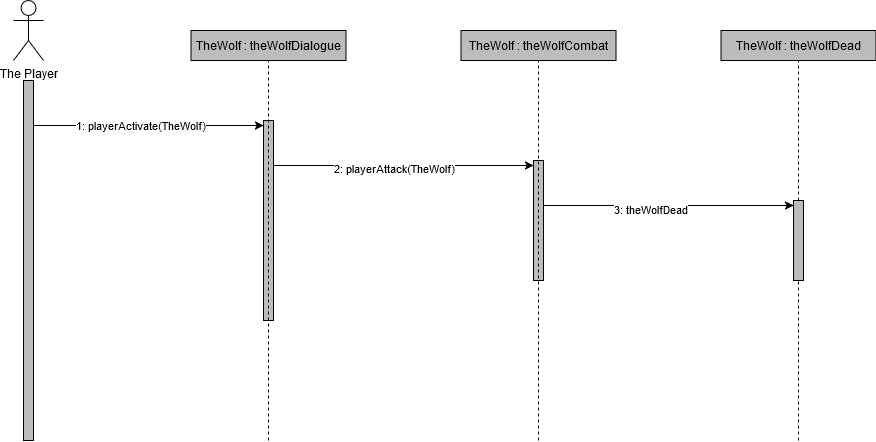
GreenSkyGames/Breaking-Red keeps this draw.io diagram as Docs/tl2/Todd Carter Works/Todd_Carter_Sequence_Diagram.png. Above is the earlier version. Source tidied: cells renumbered, new cells last; positions are measured from the earlier drawing's top-left corner, leaving out a move shared by most shapes. The source it was exported from:
```xml
<mxGraphModel background="#ffffff">
  <root>
    <mxCell id="0" />
    <mxCell id="1" parent="0" />
    <mxCell id="2" style="html=1;points=[[0,0,0,0,5],[0,1,0,0,-5],[1,0,0,0,5],[1,1,0,0,-5]];perimeter=orthogonalPerimeter;outlineConnect=0;targetShapes=umlLifeline;portConstraint=eastwest;newEdgeStyle={&quot;curved&quot;:0,&quot;rounded&quot;:0};fillColor=#BCBCBC;" parent="1" vertex="1">
      <mxGeometry x="10" y="80" width="10" height="360" as="geometry" />
    </mxCell>
    <mxCell id="3" style="html=1;points=[[0,0,0,0,5],[0,1,0,0,-5],[1,0,0,0,5],[1,1,0,0,-5]];perimeter=orthogonalPerimeter;outlineConnect=0;targetShapes=umlLifeline;portConstraint=eastwest;newEdgeStyle={&quot;curved&quot;:0,&quot;rounded&quot;:0};fillColor=#BCBCBC;" parent="1" vertex="1">
      <mxGeometry x="250" y="120" width="10" height="200" as="geometry" />
    </mxCell>
    <mxCell id="4" value="TheWolf : theWolfDialogue" style="text;html=1;align=center;verticalAlign=middle;whiteSpace=wrap;rounded=0;strokeColor=default;fillColor=#BCBCBC;" parent="1" vertex="1">
      <mxGeometry x="177.5" y="30" width="155" height="30" as="geometry" />
    </mxCell>
    <mxCell id="5" style="html=1;points=[[0,0,0,0,5],[0,1,0,0,-5],[1,0,0,0,5],[1,1,0,0,-5]];perimeter=orthogonalPerimeter;outlineConnect=0;targetShapes=umlLifeline;portConstraint=eastwest;newEdgeStyle={&quot;curved&quot;:0,&quot;rounded&quot;:0};fillColor=#BCBCBC;" parent="1" vertex="1">
      <mxGeometry x="520" y="160" width="10" height="120" as="geometry" />
    </mxCell>
    <mxCell id="6" value="TheWolf : theWolfDead" style="text;html=1;align=center;verticalAlign=middle;whiteSpace=wrap;rounded=0;strokeColor=default;fillColor=#BCBCBC;" parent="1" vertex="1">
      <mxGeometry x="707.5" y="30" width="155" height="30" as="geometry" />
    </mxCell>
    <mxCell id="7" value="TheWolf : theWolfCombat" style="text;html=1;align=center;verticalAlign=middle;whiteSpace=wrap;rounded=0;strokeColor=default;fillColor=#BCBCBC;" parent="1" vertex="1">
      <mxGeometry x="447.5" y="30" width="155" height="30" as="geometry" />
    </mxCell>
    <mxCell id="8" style="endArrow=none;dashed=1;html=1;rounded=0;entryX=0.5;entryY=1;entryDx=0;entryDy=0;" parent="1" edge="1" target="6">
      <mxGeometry relative="1" as="geometry">
        <mxPoint x="785" y="440" as="sourcePoint" />
      </mxGeometry>
    </mxCell>
    <mxCell id="9" style="endArrow=none;dashed=1;html=1;rounded=0;entryX=0.5;entryY=1;entryDx=0;entryDy=0;" parent="1" edge="1" target="7">
      <mxGeometry relative="1" as="geometry">
        <mxPoint x="525" y="440" as="sourcePoint" />
      </mxGeometry>
    </mxCell>
    <mxCell id="10" style="endArrow=none;dashed=1;html=1;rounded=0;entryX=0.5;entryY=1;entryDx=0;entryDy=0;" parent="1" edge="1" target="4">
      <mxGeometry relative="1" as="geometry">
        <mxPoint x="255" y="440" as="sourcePoint" />
      </mxGeometry>
    </mxCell>
    <mxCell id="11" value="The Player" style="shape=umlActor;verticalLabelPosition=bottom;verticalAlign=top;html=1;" parent="1" vertex="1">
      <mxGeometry width="30" height="60" as="geometry" />
    </mxCell>
    <mxCell id="12" style="endArrow=classic;html=1;rounded=0;entryX=0;entryY=0;entryDx=0;entryDy=5;entryPerimeter=0;" parent="1" edge="1" source="2" target="3">
      <mxGeometry relative="1" as="geometry" />
    </mxCell>
    <mxCell id="13" value="1: playerActivate(TheWolf)" style="edgeLabel;html=1;align=center;verticalAlign=middle;" parent="12" vertex="1">
      <mxGeometry x="-0.08" y="1" relative="1" as="geometry" />
    </mxCell>
    <mxCell id="14" style="endArrow=classic;html=1;rounded=0;entryX=0;entryY=0;entryDx=0;entryDy=5;entryPerimeter=0;" parent="1" edge="1" source="3" target="5">
      <mxGeometry relative="1" as="geometry" />
    </mxCell>
    <mxCell id="15" value="2: playerAttack(TheWolf)" style="edgeLabel;html=1;align=center;verticalAlign=middle;" parent="14" vertex="1">
      <mxGeometry x="-0.08" y="-2" relative="1" as="geometry" />
    </mxCell>
    <mxCell id="16" style="html=1;points=[[0,0,0,0,5],[0,1,0,0,-5],[1,0,0,0,5],[1,1,0,0,-5]];perimeter=orthogonalPerimeter;outlineConnect=0;targetShapes=umlLifeline;portConstraint=eastwest;newEdgeStyle={&quot;curved&quot;:0,&quot;rounded&quot;:0};fillColor=#BCBCBC;" parent="1" vertex="1">
      <mxGeometry x="780" y="200" width="10" height="80" as="geometry" />
    </mxCell>
    <mxCell id="17" style="endArrow=classic;html=1;rounded=0;entryX=0;entryY=0;entryDx=0;entryDy=5;entryPerimeter=0;" parent="1" edge="1" source="5" target="16">
      <mxGeometry relative="1" as="geometry" />
    </mxCell>
    <mxCell id="18" value="3: theWolfDead" style="edgeLabel;html=1;align=center;verticalAlign=middle;" parent="17" vertex="1">
      <mxGeometry x="-0.15" y="-3" relative="1" as="geometry" />
    </mxCell>
  </root>
</mxGraphModel>
```
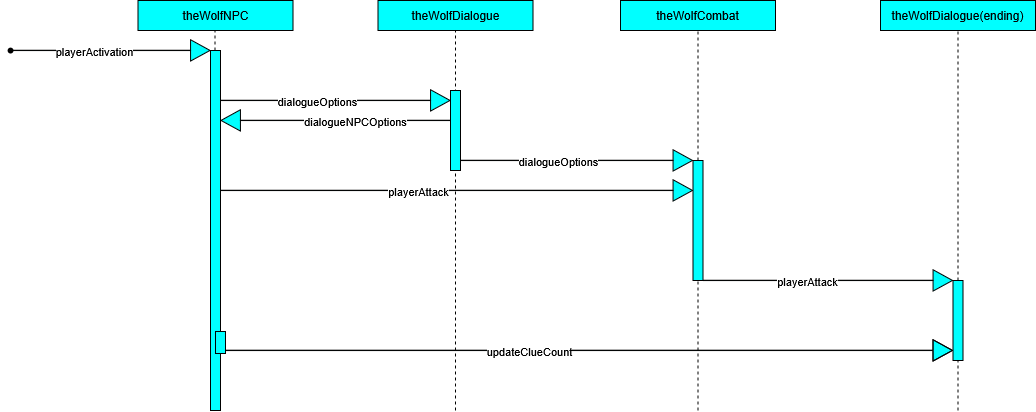
After the commit.

Diff of the diagram source:
```diff
@@ -2,62 +2,123 @@
   <root>
     <mxCell id="0" />
     <mxCell id="1" parent="0" />
+    <mxCell id="19" style="endArrow=none;dashed=1;html=1;rounded=0;entryX=0.5;entryY=1;entryDx=0;entryDy=0;" parent="1" edge="1">
+      <mxGeometry relative="1" as="geometry">
+        <mxPoint x="14.5" y="440" as="sourcePoint" />
+        <mxPoint x="14.5" y="60" as="targetPoint" />
+      </mxGeometry>
+    </mxCell>
+    <mxCell id="9" style="endArrow=none;dashed=1;html=1;rounded=0;entryX=0.5;entryY=1;entryDx=0;entryDy=0;" parent="1" edge="1" source="5" target="7">
+      <mxGeometry relative="1" as="geometry" />
+    </mxCell>
+    <mxCell id="10" style="endArrow=none;dashed=1;html=1;rounded=0;entryX=0.5;entryY=1;entryDx=0;entryDy=0;" parent="1" edge="1" target="4">
+      <mxGeometry relative="1" as="geometry">
+        <mxPoint x="255" y="440" as="sourcePoint" />
+      </mxGeometry>
+    </mxCell>
-    <mxCell id="2" style="html=1;points=[[0,0,0,0,5],[0,1,0,0,-5],[1,0,0,0,5],[1,1,0,0,-5]];perimeter=orthogonalPerimeter;outlineConnect=0;targetShapes=umlLifeline;portConstraint=eastwest;newEdgeStyle={&quot;curved&quot;:0,&quot;rounded&quot;:0};fillColor=#BCBCBC;" parent="1" vertex="1">
+    <mxCell id="2" style="html=1;points=[[0,0,0,0,5],[0,1,0,0,-5],[1,0,0,0,5],[1,1,0,0,-5]];perimeter=orthogonalPerimeter;outlineConnect=0;targetShapes=umlLifeline;portConstraint=eastwest;newEdgeStyle={&quot;curved&quot;:0,&quot;rounded&quot;:0};fillColor=#00FFFF;strokeColor=default;strokeWidth=1;" parent="1" vertex="1">
       <mxGeometry x="10" y="80" width="10" height="360" as="geometry" />
     </mxCell>
-    <mxCell id="3" style="html=1;points=[[0,0,0,0,5],[0,1,0,0,-5],[1,0,0,0,5],[1,1,0,0,-5]];perimeter=orthogonalPerimeter;outlineConnect=0;targetShapes=umlLifeline;portConstraint=eastwest;newEdgeStyle={&quot;curved&quot;:0,&quot;rounded&quot;:0};fillColor=#BCBCBC;" parent="1" vertex="1">
-      <mxGeometry x="250" y="120" width="10" height="200" as="geometry" />
+    <mxCell id="3" style="html=1;points=[[0,0,0,0,5],[0,1,0,0,-5],[1,0,0,0,5],[1,1,0,0,-5]];perimeter=orthogonalPerimeter;outlineConnect=0;targetShapes=umlLifeline;portConstraint=eastwest;newEdgeStyle={&quot;curved&quot;:0,&quot;rounded&quot;:0};fillColor=#00FFFF;" parent="1" vertex="1">
+      <mxGeometry x="250" y="120" width="10" height="80" as="geometry" />
     </mxCell>
-    <mxCell id="4" value="TheWolf : theWolfDialogue" style="text;html=1;align=center;verticalAlign=middle;whiteSpace=wrap;rounded=0;strokeColor=default;fillColor=#BCBCBC;" parent="1" vertex="1">
+    <mxCell id="4" value="theWolfDialogue" style="text;html=1;align=center;verticalAlign=middle;whiteSpace=wrap;rounded=0;strokeColor=default;fillColor=#00FFFF;" parent="1" vertex="1">
       <mxGeometry x="177.5" y="30" width="155" height="30" as="geometry" />
     </mxCell>
-    <mxCell id="5" style="html=1;points=[[0,0,0,0,5],[0,1,0,0,-5],[1,0,0,0,5],[1,1,0,0,-5]];perimeter=orthogonalPerimeter;outlineConnect=0;targetShapes=umlLifeline;portConstraint=eastwest;newEdgeStyle={&quot;curved&quot;:0,&quot;rounded&quot;:0};fillColor=#BCBCBC;" parent="1" vertex="1">
-      <mxGeometry x="520" y="160" width="10" height="120" as="geometry" />
-    </mxCell>
-    <mxCell id="6" value="TheWolf : theWolfDead" style="text;html=1;align=center;verticalAlign=middle;whiteSpace=wrap;rounded=0;strokeColor=default;fillColor=#BCBCBC;" parent="1" vertex="1">
-      <mxGeometry x="707.5" y="30" width="155" height="30" as="geometry" />
+    <mxCell id="6" value="theWolfDialogue(ending)" style="text;html=1;align=center;verticalAlign=middle;whiteSpace=wrap;rounded=0;strokeColor=default;fillColor=#00FFFF;" parent="1" vertex="1">
+      <mxGeometry x="680" y="30" width="155" height="30" as="geometry" />
     </mxCell>
-    <mxCell id="7" value="TheWolf : theWolfCombat" style="text;html=1;align=center;verticalAlign=middle;whiteSpace=wrap;rounded=0;strokeColor=default;fillColor=#BCBCBC;" parent="1" vertex="1">
-      <mxGeometry x="447.5" y="30" width="155" height="30" as="geometry" />
+    <mxCell id="7" value="theWolfCombat" style="text;html=1;align=center;verticalAlign=middle;whiteSpace=wrap;rounded=0;strokeColor=default;fillColor=#00FFFF;" parent="1" vertex="1">
+      <mxGeometry x="420" y="30" width="155" height="30" as="geometry" />
     </mxCell>
-    <mxCell id="8" style="endArrow=none;dashed=1;html=1;rounded=0;entryX=0.5;entryY=1;entryDx=0;entryDy=0;" parent="1" edge="1" target="6">
-      <mxGeometry relative="1" as="geometry">
-        <mxPoint x="785" y="440" as="sourcePoint" />
-      </mxGeometry>
+    <mxCell id="8" style="endArrow=none;dashed=1;html=1;rounded=0;entryX=0.5;entryY=1;entryDx=0;entryDy=0;" parent="1" edge="1" source="16" target="6">
+      <mxGeometry relative="1" as="geometry" />
     </mxCell>
-    <mxCell id="9" style="endArrow=none;dashed=1;html=1;rounded=0;entryX=0.5;entryY=1;entryDx=0;entryDy=0;" parent="1" edge="1" target="7">
-      <mxGeometry relative="1" as="geometry">
-        <mxPoint x="525" y="440" as="sourcePoint" />
-      </mxGeometry>
-    </mxCell>
-    <mxCell id="10" style="endArrow=none;dashed=1;html=1;rounded=0;entryX=0.5;entryY=1;entryDx=0;entryDy=0;" parent="1" edge="1" target="4">
-      <mxGeometry relative="1" as="geometry">
-        <mxPoint x="255" y="440" as="sourcePoint" />
-      </mxGeometry>
-    </mxCell>
-    <mxCell id="11" value="The Player" style="shape=umlActor;verticalLabelPosition=bottom;verticalAlign=top;html=1;" parent="1" vertex="1">
-      <mxGeometry width="30" height="60" as="geometry" />
-    </mxCell>
-    <mxCell id="12" style="endArrow=classic;html=1;rounded=0;entryX=0;entryY=0;entryDx=0;entryDy=5;entryPerimeter=0;" parent="1" edge="1" source="2" target="3">
-      <mxGeometry relative="1" as="geometry" />
-    </mxCell>
-    <mxCell id="13" value="1: playerActivate(TheWolf)" style="edgeLabel;html=1;align=center;verticalAlign=middle;" parent="12" vertex="1">
-      <mxGeometry x="-0.08" y="1" relative="1" as="geometry" />
-    </mxCell>
-    <mxCell id="14" style="endArrow=classic;html=1;rounded=0;entryX=0;entryY=0;entryDx=0;entryDy=5;entryPerimeter=0;" parent="1" edge="1" source="3" target="5">
-      <mxGeometry relative="1" as="geometry" />
-    </mxCell>
-    <mxCell id="15" value="2: playerAttack(TheWolf)" style="edgeLabel;html=1;align=center;verticalAlign=middle;" parent="14" vertex="1">
-      <mxGeometry x="-0.08" y="-2" relative="1" as="geometry" />
-    </mxCell>
+    <mxCell id="20" style="shape=waypoint;sketch=0;fillStyle=solid;size=6;points=[];fillColor=none;perimeter=centerPerimeter;snapToPoint=1;" parent="1" vertex="1">
+      <mxGeometry x="-200" y="70" width="20" height="20" as="geometry" />
+    </mxCell>
+    <mxCell id="21" style="shape=flexArrow;endArrow=classic;html=1;rounded=0;fillColor=#00FFFF;width=0.3333333333333333;endSize=6.1433333333333335;exitX=0.65;exitY=0.629;exitDx=0;exitDy=0;exitPerimeter=0;" parent="1" edge="1" source="20" target="2">
+      <mxGeometry relative="1" as="geometry" />
+    </mxCell>
+    <mxCell id="22" value="playerActivation" style="edgeLabel;html=1;align=center;verticalAlign=middle;" parent="21" vertex="1">
+      <mxGeometry x="-0.17" relative="1" as="geometry" />
+    </mxCell>
+    <mxCell id="23" value="theWolfNPC" style="text;html=1;align=center;verticalAlign=middle;whiteSpace=wrap;rounded=0;strokeColor=default;fillColor=#00FFFF;" parent="1" vertex="1">
+      <mxGeometry x="-62.5" y="30" width="155" height="30" as="geometry" />
+    </mxCell>
+    <mxCell id="24" style="shape=flexArrow;endArrow=classic;html=1;rounded=0;fillColor=#00FFFF;width=0.3333333333333333;endSize=6.1433333333333335;" parent="1" edge="1">
+      <mxGeometry relative="1" as="geometry">
+        <mxPoint x="250" y="150" as="sourcePoint" />
+        <mxPoint x="20" y="150" as="targetPoint" />
+      </mxGeometry>
+    </mxCell>
+    <mxCell id="25" value="dialogueNPCOptions" style="edgeLabel;html=1;align=center;verticalAlign=middle;" parent="24" vertex="1">
+      <mxGeometry x="-0.17" relative="1" as="geometry" />
+    </mxCell>
+    <mxCell id="26" style="shape=flexArrow;endArrow=classic;html=1;rounded=0;fillColor=#00FFFF;width=0.3333333333333333;endSize=6.1433333333333335;exitX=0.65;exitY=0.629;exitDx=0;exitDy=0;exitPerimeter=0;" parent="1" edge="1">
+      <mxGeometry relative="1" as="geometry">
+        <mxPoint x="20" y="130" as="sourcePoint" />
+        <mxPoint x="250" y="130" as="targetPoint" />
+      </mxGeometry>
+    </mxCell>
+    <mxCell id="27" value="dialogueOptions" style="edgeLabel;html=1;align=center;verticalAlign=middle;" parent="26" vertex="1">
+      <mxGeometry x="-0.17" relative="1" as="geometry" />
+    </mxCell>
+    <mxCell id="28" style="shape=flexArrow;endArrow=classic;html=1;rounded=0;fillColor=#00FFFF;width=0.3333333333333333;endSize=6.1433333333333335;exitX=0.65;exitY=0.629;exitDx=0;exitDy=0;exitPerimeter=0;" parent="1" edge="1" target="5">
+      <mxGeometry relative="1" as="geometry">
+        <mxPoint x="260" y="190" as="sourcePoint" />
+      </mxGeometry>
+    </mxCell>
+    <mxCell id="29" value="dialogueOptions" style="edgeLabel;html=1;align=center;verticalAlign=middle;" parent="28" vertex="1">
+      <mxGeometry x="-0.17" relative="1" as="geometry" />
+    </mxCell>
+    <mxCell id="30" style="endArrow=none;dashed=1;html=1;rounded=0;entryX=0.5;entryY=1;entryDx=0;entryDy=0;" parent="1" edge="1" target="5">
+      <mxGeometry relative="1" as="geometry">
+        <mxPoint x="497.5" y="440" as="sourcePoint" />
+      </mxGeometry>
+    </mxCell>
+    <mxCell id="5" style="html=1;points=[[0,0,0,0,5],[0,1,0,0,-5],[1,0,0,0,5],[1,1,0,0,-5]];perimeter=orthogonalPerimeter;outlineConnect=0;targetShapes=umlLifeline;portConstraint=eastwest;newEdgeStyle={&quot;curved&quot;:0,&quot;rounded&quot;:0};fillColor=#00FFFF;" parent="1" vertex="1">
+      <mxGeometry x="492.5" y="190" width="10" height="120" as="geometry" />
+    </mxCell>
+    <mxCell id="31" style="shape=flexArrow;endArrow=classic;html=1;rounded=0;fillColor=#00FFFF;width=0.3333333333333333;endSize=6.1433333333333335;exitX=0.65;exitY=0.629;exitDx=0;exitDy=0;exitPerimeter=0;" parent="1" edge="1" target="5">
+      <mxGeometry relative="1" as="geometry">
+        <mxPoint x="20" y="220" as="sourcePoint" />
+      </mxGeometry>
+    </mxCell>
+    <mxCell id="32" value="playerAttack" style="edgeLabel;html=1;align=center;verticalAlign=middle;" parent="31" vertex="1">
+      <mxGeometry x="-0.17" relative="1" as="geometry" />
+    </mxCell>
+    <mxCell id="33" style="endArrow=none;dashed=1;html=1;rounded=0;entryX=0.5;entryY=1;entryDx=0;entryDy=0;" parent="1" edge="1" target="16">
+      <mxGeometry relative="1" as="geometry">
+        <mxPoint x="757.5" y="440" as="sourcePoint" />
+      </mxGeometry>
+    </mxCell>
-    <mxCell id="16" style="html=1;points=[[0,0,0,0,5],[0,1,0,0,-5],[1,0,0,0,5],[1,1,0,0,-5]];perimeter=orthogonalPerimeter;outlineConnect=0;targetShapes=umlLifeline;portConstraint=eastwest;newEdgeStyle={&quot;curved&quot;:0,&quot;rounded&quot;:0};fillColor=#BCBCBC;" parent="1" vertex="1">
-      <mxGeometry x="780" y="200" width="10" height="80" as="geometry" />
+    <mxCell id="16" style="html=1;points=[[0,0,0,0,5],[0,1,0,0,-5],[1,0,0,0,5],[1,1,0,0,-5]];perimeter=orthogonalPerimeter;outlineConnect=0;targetShapes=umlLifeline;portConstraint=eastwest;newEdgeStyle={&quot;curved&quot;:0,&quot;rounded&quot;:0};fillColor=#00FFFF;" parent="1" vertex="1">
+      <mxGeometry x="752.5" y="310" width="10" height="80" as="geometry" />
     </mxCell>
-    <mxCell id="17" style="endArrow=classic;html=1;rounded=0;entryX=0;entryY=0;entryDx=0;entryDy=5;entryPerimeter=0;" parent="1" edge="1" source="5" target="16">
-      <mxGeometry relative="1" as="geometry" />
-    </mxCell>
-    <mxCell id="18" value="3: theWolfDead" style="edgeLabel;html=1;align=center;verticalAlign=middle;" parent="17" vertex="1">
-      <mxGeometry x="-0.15" y="-3" relative="1" as="geometry" />
-    </mxCell>
+    <mxCell id="34" style="shape=flexArrow;endArrow=classic;html=1;rounded=0;fillColor=#00FFFF;width=0.3333333333333333;endSize=6.1433333333333335;exitX=0.65;exitY=0.629;exitDx=0;exitDy=0;exitPerimeter=0;" parent="1" edge="1">
+      <mxGeometry relative="1" as="geometry">
+        <mxPoint x="502.5" y="310" as="sourcePoint" />
+        <mxPoint x="752.5" y="310" as="targetPoint" />
+      </mxGeometry>
+    </mxCell>
+    <mxCell id="35" value="playerAttack" style="edgeLabel;html=1;align=center;verticalAlign=middle;" parent="34" vertex="1">
+      <mxGeometry x="-0.17" relative="1" as="geometry" />
+    </mxCell>
+    <mxCell id="36" style="html=1;perimeter=orthogonalPerimeter;targetShapes=umlLifeline;newEdgeStyle={&quot;curved&quot;:0,&quot;rounded&quot;:0};fillColor=#00FFFF;" parent="1" vertex="1">
+      <mxGeometry x="15" y="361" width="10" height="22" as="geometry" />
+    </mxCell>
+    <mxCell id="37" style="shape=flexArrow;endArrow=classic;html=1;rounded=0;fillColor=#00FFFF;width=0.3333333333333333;endSize=6.1433333333333335;" parent="1" edge="1" target="16">
+      <mxGeometry relative="1" as="geometry">
+        <mxPoint x="25" y="380" as="sourcePoint" />
+        <Array as="points">
+          <mxPoint x="75" y="380" />
+          <mxPoint x="105" y="380" />
+        </Array>
+      </mxGeometry>
+    </mxCell>
+    <mxCell id="38" value="updateClueCount" style="edgeLabel;html=1;align=center;verticalAlign=middle;" parent="37" vertex="1">
+      <mxGeometry x="-0.17" relative="1" as="geometry" />
+    </mxCell>
   </root>
 </mxGraphModel>
```
